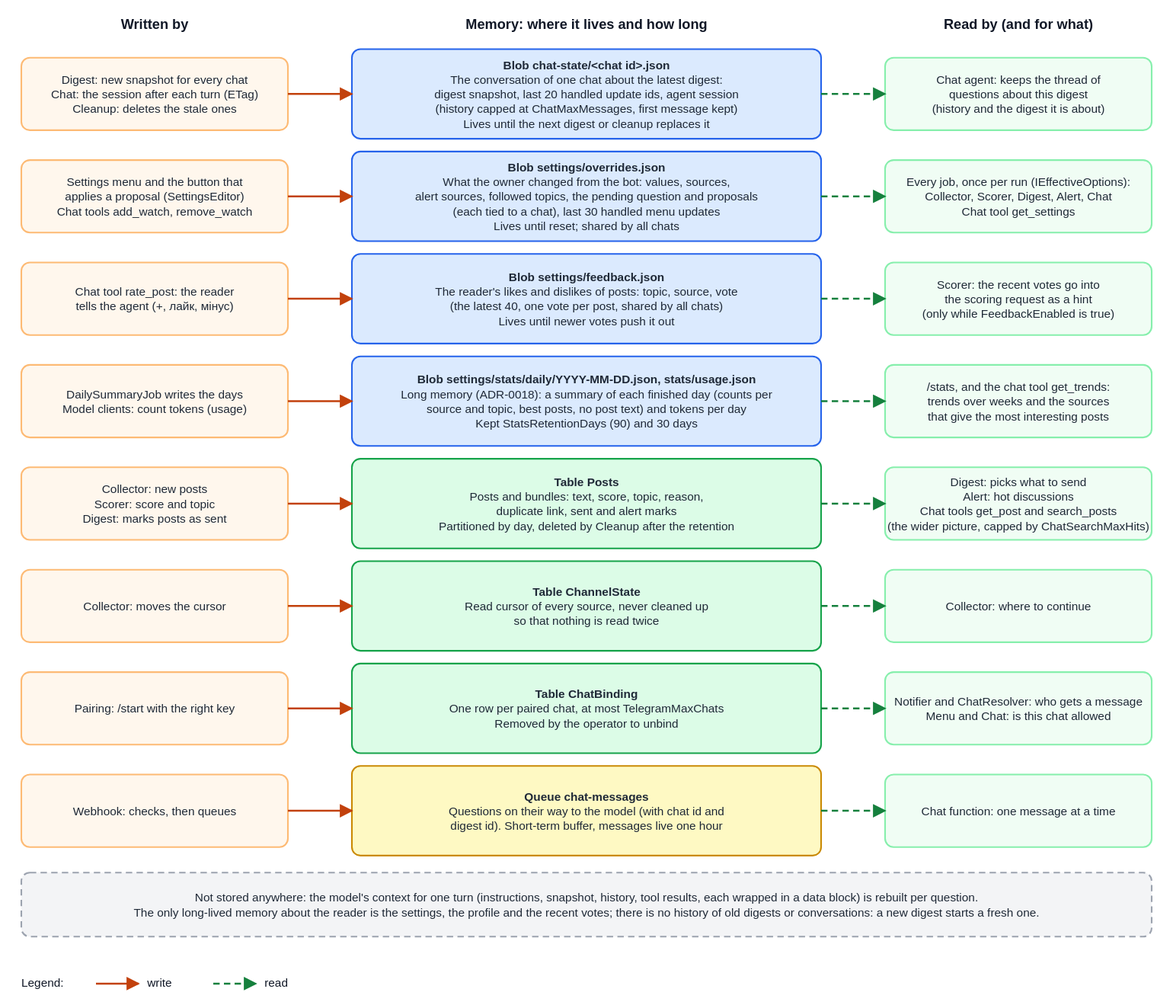
Earlier version of the draw.io export docs/developer-guide/images/memory.drawio.svg (KopylP/signal-feed). Source tidied: cells renumbered, new cells last; positions are measured from the earlier drawing's top-left corner, leaving out a move shared by most shapes.
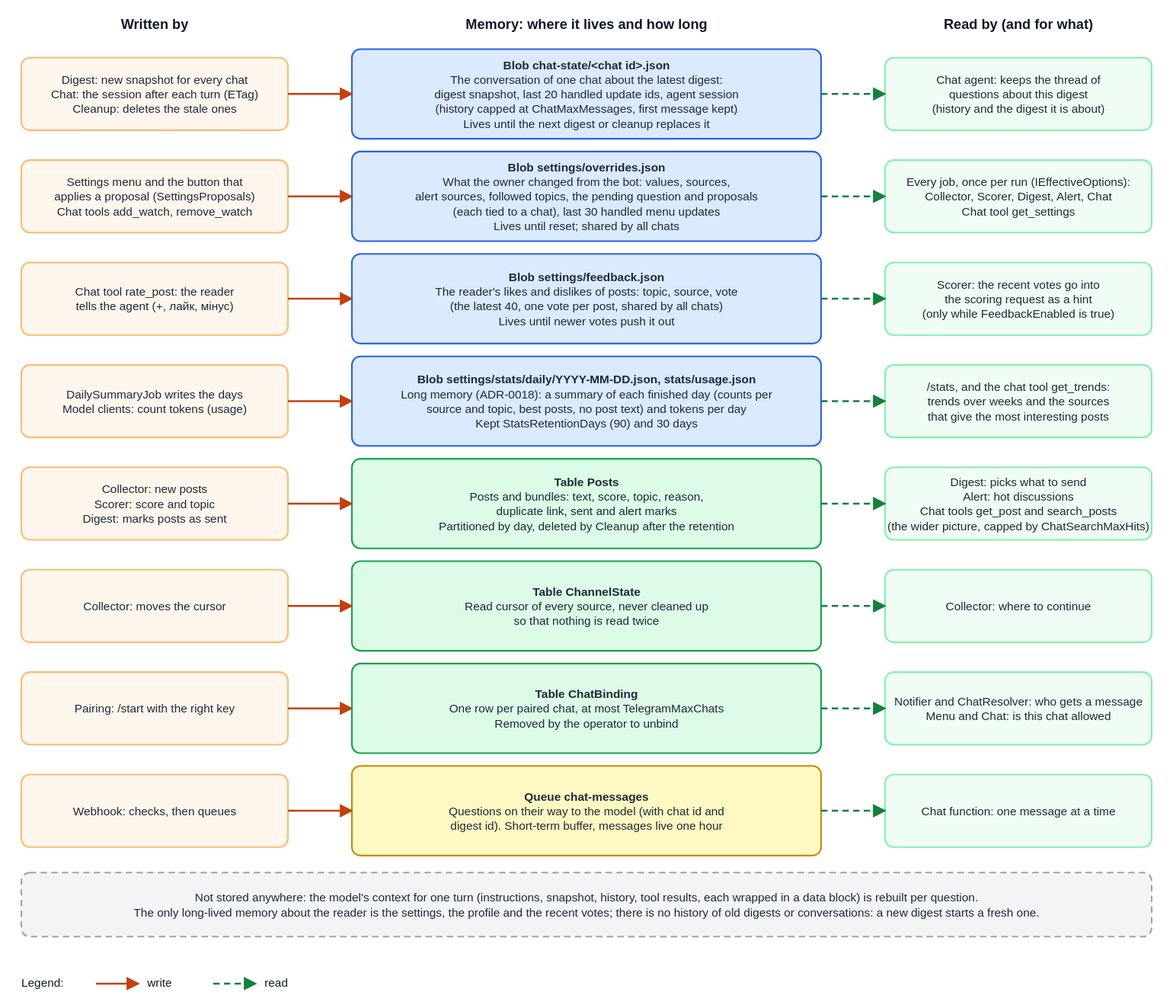
Later version of the same file.

Change to the diagram source:
```diff
@@ -50,7 +50,7 @@
     <mxCell id="15" style="rounded=1;arcSize=6;html=1;strokeColor=#fdba74;fillColor=#fff7ed;strokeWidth=1.5;" parent="1" vertex="1">
       <mxGeometry y="136" width="250" height="68" as="geometry" />
     </mxCell>
-    <mxCell id="16" value="Settings menu and the button that&lt;br&gt;applies a proposal (SettingsEditor)&lt;br&gt;Chat tools add_watch, remove_watch" style="text;html=1;whiteSpace=wrap;align=center;verticalAlign=top;spacing=0;fontSize=11;fontColor=#1f2937;" parent="1" vertex="1">
+    <mxCell id="16" value="Settings menu and the button that&lt;br&gt;applies a proposal (SettingsProposals)&lt;br&gt;Chat tools add_watch, remove_watch" style="text;html=1;whiteSpace=wrap;align=center;verticalAlign=top;spacing=0;fontSize=11;fontColor=#1f2937;" parent="1" vertex="1">
       <mxGeometry y="156.2" width="250" height="29.5" as="geometry" />
     </mxCell>
     <mxCell id="17" style="rounded=1;arcSize=6;html=1;strokeColor=#86efac;fillColor=#f0fdf4;strokeWidth=1.5;" parent="1" vertex="1">
```
